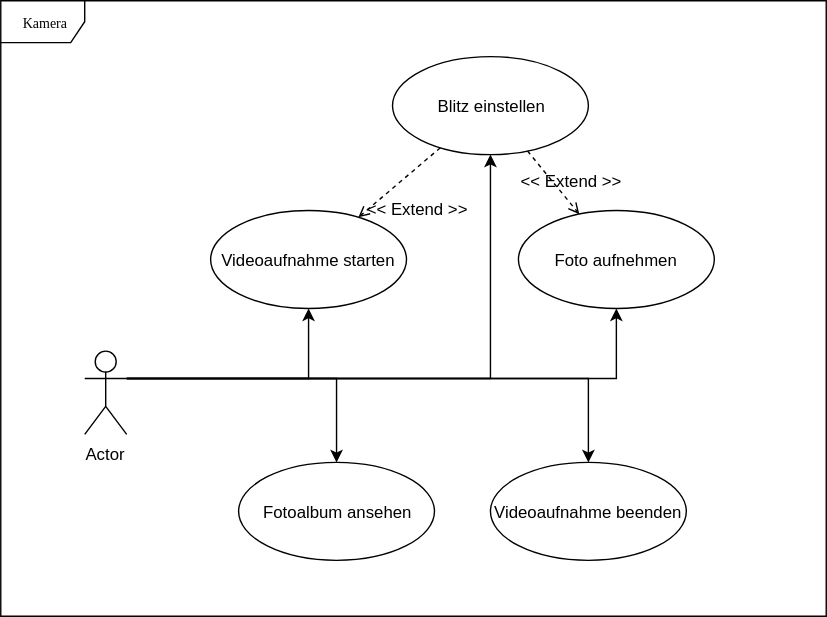
Above: abgabe2/Aufgabe1.svg in sweIhm/sweiproject-tg1a-1 (draw.io), before the change. Source tidied: cells renumbered, new cells last; positions are measured from the earlier drawing's top-left corner, leaving out a move shared by most shapes. Its diagram source:
```xml
<mxGraphModel background="#ffffff">
  <root>
    <mxCell id="0" />
    <mxCell id="1" parent="0" />
    <mxCell id="2" value="Kamera" style="shape=umlFrame;whiteSpace=wrap;html=1;rounded=0;shadow=0;comic=0;labelBackgroundColor=none;strokeColor=#000000;strokeWidth=1;fillColor=#ffffff;fontFamily=Verdana;fontSize=10;fontColor=#000000;align=center;" parent="1" vertex="1">
      <mxGeometry width="590" height="440" as="geometry" />
    </mxCell>
    <mxCell id="3" style="edgeStyle=orthogonalEdgeStyle;rounded=0;html=1;jettySize=auto;exitX=1;exitY=0.3333333333333333;exitPerimeter=0;" parent="1" edge="1" source="8" target="12">
      <mxGeometry relative="1" as="geometry">
        <Array as="points">
          <mxPoint x="350" y="270" />
        </Array>
      </mxGeometry>
    </mxCell>
    <mxCell id="4" style="edgeStyle=orthogonalEdgeStyle;rounded=0;html=1;exitX=1;exitY=0.3333333333333333;exitPerimeter=0;jettySize=auto;" parent="1" edge="1" source="8" target="9">
      <mxGeometry relative="1" as="geometry" />
    </mxCell>
    <mxCell id="5" style="edgeStyle=orthogonalEdgeStyle;rounded=0;html=1;exitX=1;exitY=0.3333333333333333;exitPerimeter=0;jettySize=auto;" parent="1" edge="1" source="8" target="11">
      <mxGeometry relative="1" as="geometry" />
    </mxCell>
    <mxCell id="6" style="edgeStyle=orthogonalEdgeStyle;rounded=0;html=1;exitX=1;exitY=0.3333333333333333;exitPerimeter=0;jettySize=auto;" parent="1" edge="1" source="8" target="10">
      <mxGeometry relative="1" as="geometry" />
    </mxCell>
    <mxCell id="7" style="edgeStyle=orthogonalEdgeStyle;rounded=0;html=1;exitX=1;exitY=0.3333333333333333;exitPerimeter=0;jettySize=auto;" parent="1" edge="1" source="8" target="13">
      <mxGeometry relative="1" as="geometry" />
    </mxCell>
    <mxCell id="8" value="Actor" style="shape=umlActor;verticalLabelPosition=bottom;labelBackgroundColor=#ffffff;verticalAlign=top;html=1;" parent="1" vertex="1">
      <mxGeometry x="60" y="250" width="30" height="60" as="geometry" />
    </mxCell>
    <mxCell id="9" value="Foto aufnehmen" style="ellipse;whiteSpace=wrap;html=1;" parent="1" vertex="1">
      <mxGeometry x="370" y="150" width="140" height="70" as="geometry" />
    </mxCell>
    <mxCell id="10" value="Videoaufnahme starten" style="ellipse;whiteSpace=wrap;html=1;" parent="1" vertex="1">
      <mxGeometry x="150" y="150" width="140" height="70" as="geometry" />
    </mxCell>
    <mxCell id="11" value="Videoaufnahme beenden" style="ellipse;whiteSpace=wrap;html=1;" parent="1" vertex="1">
      <mxGeometry x="350" y="330" width="140" height="70" as="geometry" />
    </mxCell>
    <mxCell id="12" value="Blitz einstellen" style="ellipse;whiteSpace=wrap;html=1;" parent="1" vertex="1">
      <mxGeometry x="280" y="40" width="140" height="70" as="geometry" />
    </mxCell>
    <mxCell id="13" value="Fotoalbum ansehen" style="ellipse;whiteSpace=wrap;html=1;" parent="1" vertex="1">
      <mxGeometry x="170" y="330" width="140" height="70" as="geometry" />
    </mxCell>
    <mxCell id="14" value="&amp;lt;&amp;lt; Extend &amp;gt;&amp;gt;" style="text;html=1;align=left;verticalAlign=top;spacingTop=-4;" parent="1" vertex="1">
      <mxGeometry x="260" y="140" width="90" height="20" as="geometry" />
    </mxCell>
    <mxCell id="15" style="endArrow=open;html=1;endFill=0;dashed=1;" parent="1" edge="1" source="12" target="10">
      <mxGeometry relative="1" as="geometry" />
    </mxCell>
    <mxCell id="16" style="endArrow=open;html=1;endFill=0;dashed=1;" parent="1" edge="1" source="12" target="9">
      <mxGeometry relative="1" as="geometry" />
    </mxCell>
    <mxCell id="17" value="&amp;lt;&amp;lt; Extend &amp;gt;&amp;gt;" style="text;html=1;align=left;verticalAlign=top;spacingTop=-4;" parent="1" vertex="1">
      <mxGeometry x="370" y="120" width="90" height="20" as="geometry" />
    </mxCell>
  </root>
</mxGraphModel>
```
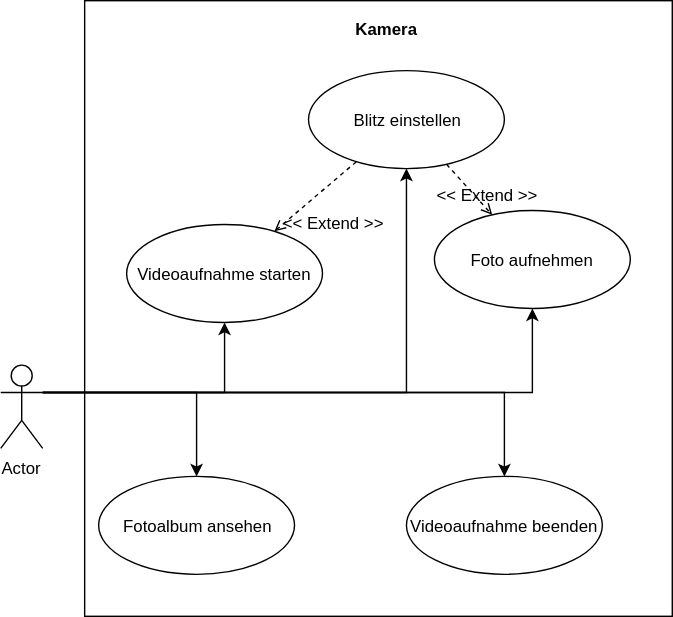
After the change.

What changed in the source:
```diff
@@ -2,9 +2,6 @@
   <root>
     <mxCell id="0" />
     <mxCell id="1" parent="0" />
-    <mxCell id="2" value="Kamera" style="shape=umlFrame;whiteSpace=wrap;html=1;rounded=0;shadow=0;comic=0;labelBackgroundColor=none;strokeColor=#000000;strokeWidth=1;fillColor=#ffffff;fontFamily=Verdana;fontSize=10;fontColor=#000000;align=center;" parent="1" vertex="1">
-      <mxGeometry width="590" height="440" as="geometry" />
-    </mxCell>
     <mxCell id="3" style="edgeStyle=orthogonalEdgeStyle;rounded=0;html=1;jettySize=auto;exitX=1;exitY=0.3333333333333333;exitPerimeter=0;" parent="1" edge="1" source="8" target="12">
       <mxGeometry relative="1" as="geometry">
         <Array as="points">
@@ -28,7 +25,7 @@
       <mxGeometry x="60" y="250" width="30" height="60" as="geometry" />
     </mxCell>
     <mxCell id="9" value="Foto aufnehmen" style="ellipse;whiteSpace=wrap;html=1;" parent="1" vertex="1">
-      <mxGeometry x="370" y="150" width="140" height="70" as="geometry" />
+      <mxGeometry x="370" y="140" width="140" height="70" as="geometry" />
     </mxCell>
     <mxCell id="10" value="Videoaufnahme starten" style="ellipse;whiteSpace=wrap;html=1;" parent="1" vertex="1">
       <mxGeometry x="150" y="150" width="140" height="70" as="geometry" />
@@ -40,7 +37,7 @@
       <mxGeometry x="280" y="40" width="140" height="70" as="geometry" />
     </mxCell>
     <mxCell id="13" value="Fotoalbum ansehen" style="ellipse;whiteSpace=wrap;html=1;" parent="1" vertex="1">
-      <mxGeometry x="170" y="330" width="140" height="70" as="geometry" />
+      <mxGeometry x="130" y="330" width="140" height="70" as="geometry" />
     </mxCell>
     <mxCell id="14" value="&amp;lt;&amp;lt; Extend &amp;gt;&amp;gt;" style="text;html=1;align=left;verticalAlign=top;spacingTop=-4;" parent="1" vertex="1">
       <mxGeometry x="260" y="140" width="90" height="20" as="geometry" />
@@ -54,5 +51,11 @@
     <mxCell id="17" value="&amp;lt;&amp;lt; Extend &amp;gt;&amp;gt;" style="text;html=1;align=left;verticalAlign=top;spacingTop=-4;" parent="1" vertex="1">
       <mxGeometry x="370" y="120" width="90" height="20" as="geometry" />
     </mxCell>
+    <mxCell id="18" style="rounded=0;whiteSpace=wrap;html=1;fillColor=none;" parent="1" vertex="1">
+      <mxGeometry x="120" y="-10" width="420" height="440" as="geometry" />
+    </mxCell>
+    <mxCell id="2" value="Kamera" style="text;html=1;strokeColor=none;fillColor=none;align=center;verticalAlign=middle;whiteSpace=wrap;rounded=0;fontStyle=1;" parent="1" vertex="1">
+      <mxGeometry x="310" width="50" height="20" as="geometry" />
+    </mxCell>
   </root>
 </mxGraphModel>
```
